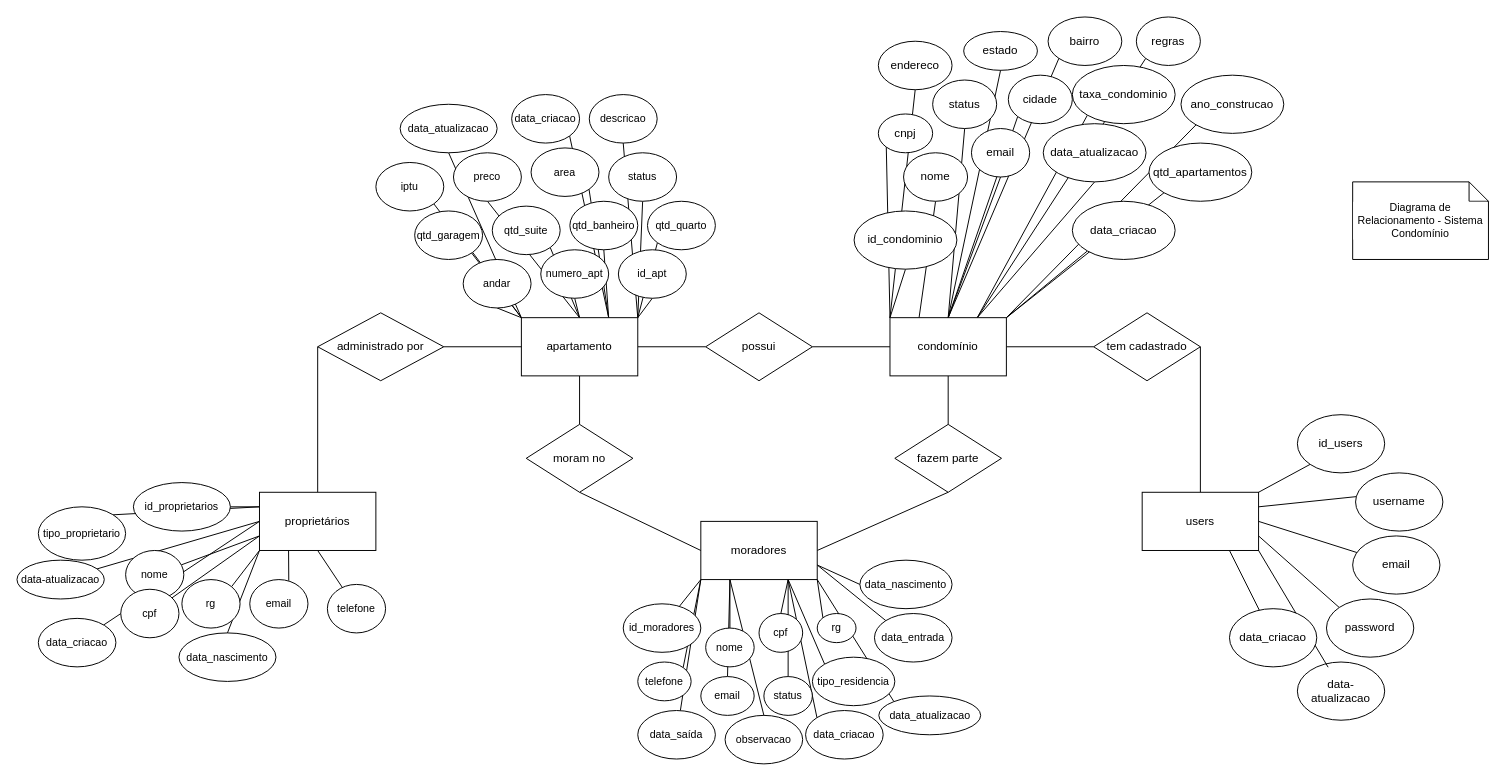
The draw.io diagram diagrama_condominio.drawio in ananunesdev/diagrama-trabalho, before the edit. Source tidied: cells renumbered, new cells numbered last; positions are measured from the earlier drawing's top-left corner, leaving out a move shared by most shapes. Both pictures are drawn from the tidied source at 97%, with x=0, y=0 at pixel (16, 16).
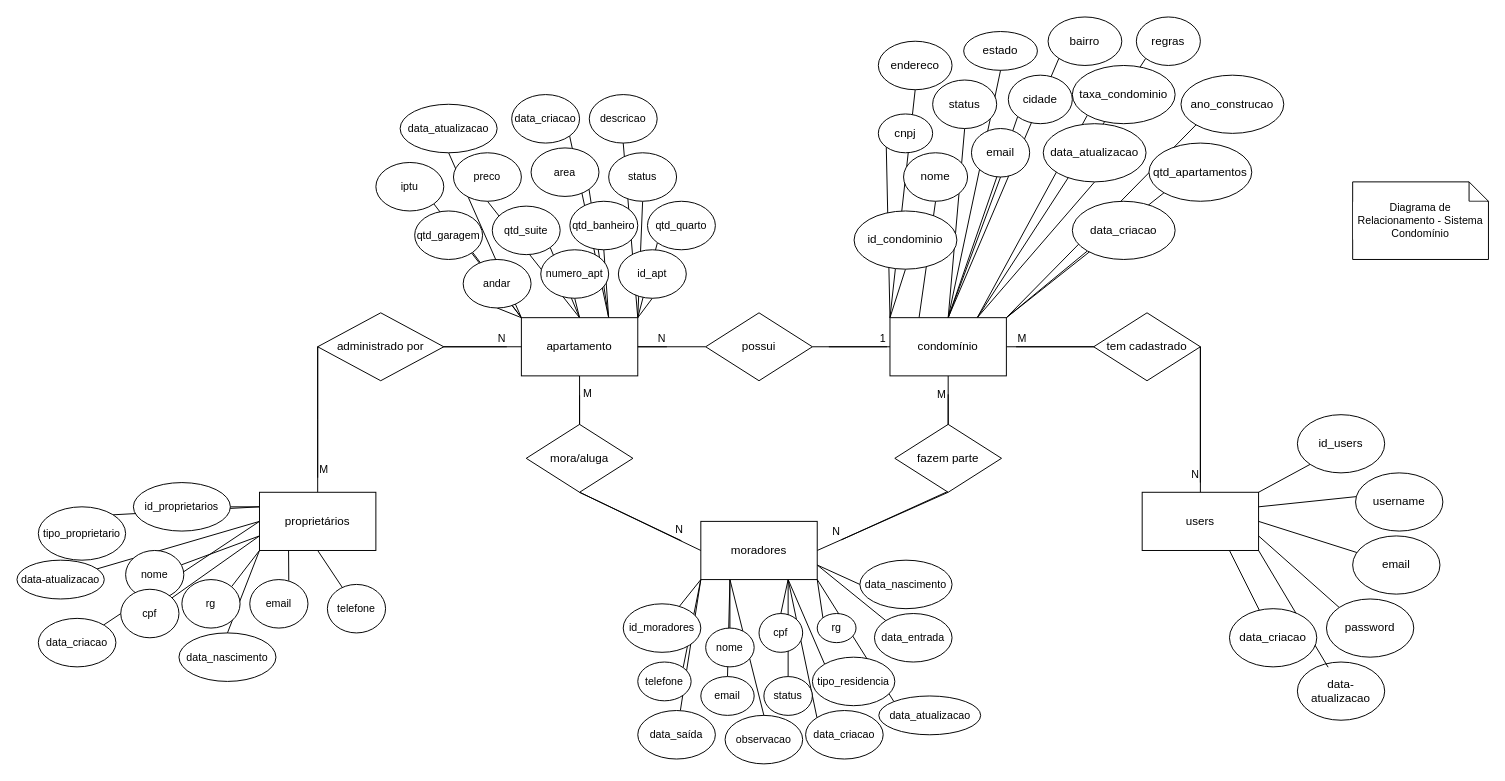
The same diagram, later.

Diff of the diagram source:
```diff
@@
-    <mxCell id="3" value="tem cadastrado" style="rhombus;whiteSpace=wrap;html=1;" parent="1" vertex="1">
-      <mxGeometry x="1110" y="305" width="110" height="70" as="geometry" />
-    </mxCell>
@@
-    <mxCell id="24" value="administrado por" style="rhombus;whiteSpace=wrap;html=1;" parent="1" vertex="1">
-      <mxGeometry x="310" y="305" width="130" height="70" as="geometry" />
-    </mxCell>
@@
-    <mxCell id="52" value="fazem parte" style="rhombus;whiteSpace=wrap;html=1;" parent="1" vertex="1">
-      <mxGeometry x="905" y="420" width="110" height="70" as="geometry" />
-    </mxCell>
@@
-    <mxCell id="54" value="moram no" style="rhombus;whiteSpace=wrap;html=1;" parent="1" vertex="1">
-      <mxGeometry x="525" y="420" width="110" height="70" as="geometry" />
-    </mxCell>
@@
+    <mxCell id="141" style="endArrow=none;html=1;rounded=0;strokeColor=default;align=center;verticalAlign=middle;fontFamily=Helvetica;fontSize=11;fontColor=default;labelBackgroundColor=default;" parent="1" edge="1">
+      <mxGeometry relative="1" as="geometry">
+        <mxPoint x="837" y="340" as="sourcePoint" />
+        <mxPoint x="897" y="340" as="targetPoint" />
+      </mxGeometry>
+    </mxCell>
+    <mxCell id="142" value="1" style="html=1;whiteSpace=wrap;align=right;verticalAlign=bottom;fontFamily=Helvetica;fontSize=11;fontColor=default;labelBackgroundColor=default;" parent="141" vertex="1">
+      <mxGeometry x="1" relative="1" as="geometry" />
+    </mxCell>
+    <mxCell id="143" style="endArrow=none;html=1;rounded=0;strokeColor=default;align=center;verticalAlign=middle;fontFamily=Helvetica;fontSize=11;fontColor=default;labelBackgroundColor=default;" parent="1" edge="1">
+      <mxGeometry relative="1" as="geometry">
+        <mxPoint x="640" y="340" as="sourcePoint" />
+        <mxPoint x="670" y="340" as="targetPoint" />
+      </mxGeometry>
+    </mxCell>
+    <mxCell id="144" value="N" style="html=1;whiteSpace=wrap;align=right;verticalAlign=bottom;fontFamily=Helvetica;fontSize=11;fontColor=default;labelBackgroundColor=default;" parent="143" vertex="1">
+      <mxGeometry x="1" relative="1" as="geometry" />
+    </mxCell>
+    <mxCell id="145" style="endArrow=none;html=1;rounded=0;strokeColor=default;align=center;verticalAlign=middle;fontFamily=Helvetica;fontSize=11;fontColor=default;labelBackgroundColor=default;" parent="1" edge="1">
+      <mxGeometry relative="1" as="geometry">
+        <mxPoint x="310" y="475" as="sourcePoint" />
+        <mxPoint x="505" y="340" as="targetPoint" />
+        <Array as="points">
+          <mxPoint x="310" y="415" />
+          <mxPoint x="310" y="340" />
+        </Array>
+      </mxGeometry>
+    </mxCell>
+    <mxCell id="146" value="M" style="html=1;whiteSpace=wrap;align=left;verticalAlign=bottom;fontFamily=Helvetica;fontSize=11;fontColor=default;labelBackgroundColor=default;" parent="145" vertex="1">
+      <mxGeometry x="-1" relative="1" as="geometry" />
+    </mxCell>
+    <mxCell id="147" value="N" style="html=1;whiteSpace=wrap;align=right;verticalAlign=bottom;fontFamily=Helvetica;fontSize=11;fontColor=default;labelBackgroundColor=default;" parent="145" vertex="1">
+      <mxGeometry x="1" relative="1" as="geometry" />
+    </mxCell>
+    <mxCell id="24" value="administrado por" style="rhombus;whiteSpace=wrap;html=1;" parent="1" vertex="1">
+      <mxGeometry x="310" y="305" width="130" height="70" as="geometry" />
+    </mxCell>
+    <mxCell id="148" style="endArrow=none;html=1;rounded=0;strokeColor=default;align=center;verticalAlign=middle;fontFamily=Helvetica;fontSize=11;fontColor=default;labelBackgroundColor=default;" parent="1" edge="1">
+      <mxGeometry relative="1" as="geometry">
+        <mxPoint x="580" y="390" as="sourcePoint" />
+        <mxPoint x="685" y="540" as="targetPoint" />
+        <Array as="points">
+          <mxPoint x="580" y="490" />
+        </Array>
+      </mxGeometry>
+    </mxCell>
+    <mxCell id="149" value="M" style="html=1;whiteSpace=wrap;align=left;verticalAlign=bottom;fontFamily=Helvetica;fontSize=11;fontColor=default;labelBackgroundColor=default;" parent="148" vertex="1">
+      <mxGeometry x="-1" relative="1" as="geometry">
+        <mxPoint x="2" y="6" as="offset" />
+      </mxGeometry>
+    </mxCell>
+    <mxCell id="150" value="N" style="html=1;whiteSpace=wrap;align=right;verticalAlign=bottom;fontFamily=Helvetica;fontSize=11;fontColor=default;labelBackgroundColor=default;" parent="148" vertex="1">
+      <mxGeometry x="1" relative="1" as="geometry">
+        <mxPoint x="3" y="-4" as="offset" />
+      </mxGeometry>
+    </mxCell>
+    <mxCell id="54" value="mora/aluga" style="rhombus;whiteSpace=wrap;html=1;" parent="1" vertex="1">
+      <mxGeometry x="525" y="420" width="110" height="70" as="geometry" />
+    </mxCell>
+    <mxCell id="151" style="endArrow=none;html=1;rounded=0;strokeColor=default;align=center;verticalAlign=middle;fontFamily=Helvetica;fontSize=11;fontColor=default;labelBackgroundColor=default;" parent="1" edge="1">
+      <mxGeometry relative="1" as="geometry">
+        <mxPoint x="960" y="389" as="sourcePoint" />
+        <mxPoint x="850" y="539" as="targetPoint" />
+        <Array as="points">
+          <mxPoint x="960" y="489" />
+        </Array>
+      </mxGeometry>
+    </mxCell>
+    <mxCell id="152" value="M" style="html=1;whiteSpace=wrap;align=left;verticalAlign=bottom;fontFamily=Helvetica;fontSize=11;fontColor=default;labelBackgroundColor=default;" parent="151" vertex="1">
+      <mxGeometry x="-1" relative="1" as="geometry">
+        <mxPoint x="-13" y="8" as="offset" />
+      </mxGeometry>
+    </mxCell>
+    <mxCell id="153" value="N" style="html=1;whiteSpace=wrap;align=right;verticalAlign=bottom;fontFamily=Helvetica;fontSize=11;fontColor=default;labelBackgroundColor=default;" parent="151" vertex="1">
+      <mxGeometry x="1" relative="1" as="geometry" />
+    </mxCell>
+    <mxCell id="52" value="fazem parte" style="rhombus;whiteSpace=wrap;html=1;" parent="1" vertex="1">
+      <mxGeometry x="905" y="420" width="110" height="70" as="geometry" />
+    </mxCell>
+    <mxCell id="154" style="endArrow=none;html=1;rounded=0;strokeColor=default;align=center;verticalAlign=middle;fontFamily=Helvetica;fontSize=11;fontColor=default;labelBackgroundColor=default;" parent="1" edge="1">
+      <mxGeometry relative="1" as="geometry">
+        <mxPoint x="1030" y="340" as="sourcePoint" />
+        <mxPoint x="1220" y="480" as="targetPoint" />
+        <Array as="points">
+          <mxPoint x="1220" y="340" />
+        </Array>
+      </mxGeometry>
+    </mxCell>
+    <mxCell id="155" value="M" style="html=1;whiteSpace=wrap;align=left;verticalAlign=bottom;fontFamily=Helvetica;fontSize=11;fontColor=default;labelBackgroundColor=default;" parent="154" vertex="1">
+      <mxGeometry x="-1" relative="1" as="geometry" />
+    </mxCell>
+    <mxCell id="156" value="N" style="html=1;whiteSpace=wrap;align=right;verticalAlign=bottom;fontFamily=Helvetica;fontSize=11;fontColor=default;labelBackgroundColor=default;" parent="154" vertex="1">
+      <mxGeometry x="1" relative="1" as="geometry" />
+    </mxCell>
+    <mxCell id="3" value="tem cadastrado" style="rhombus;whiteSpace=wrap;html=1;" parent="1" vertex="1">
+      <mxGeometry x="1110" y="305" width="110" height="70" as="geometry" />
+    </mxCell>
```
